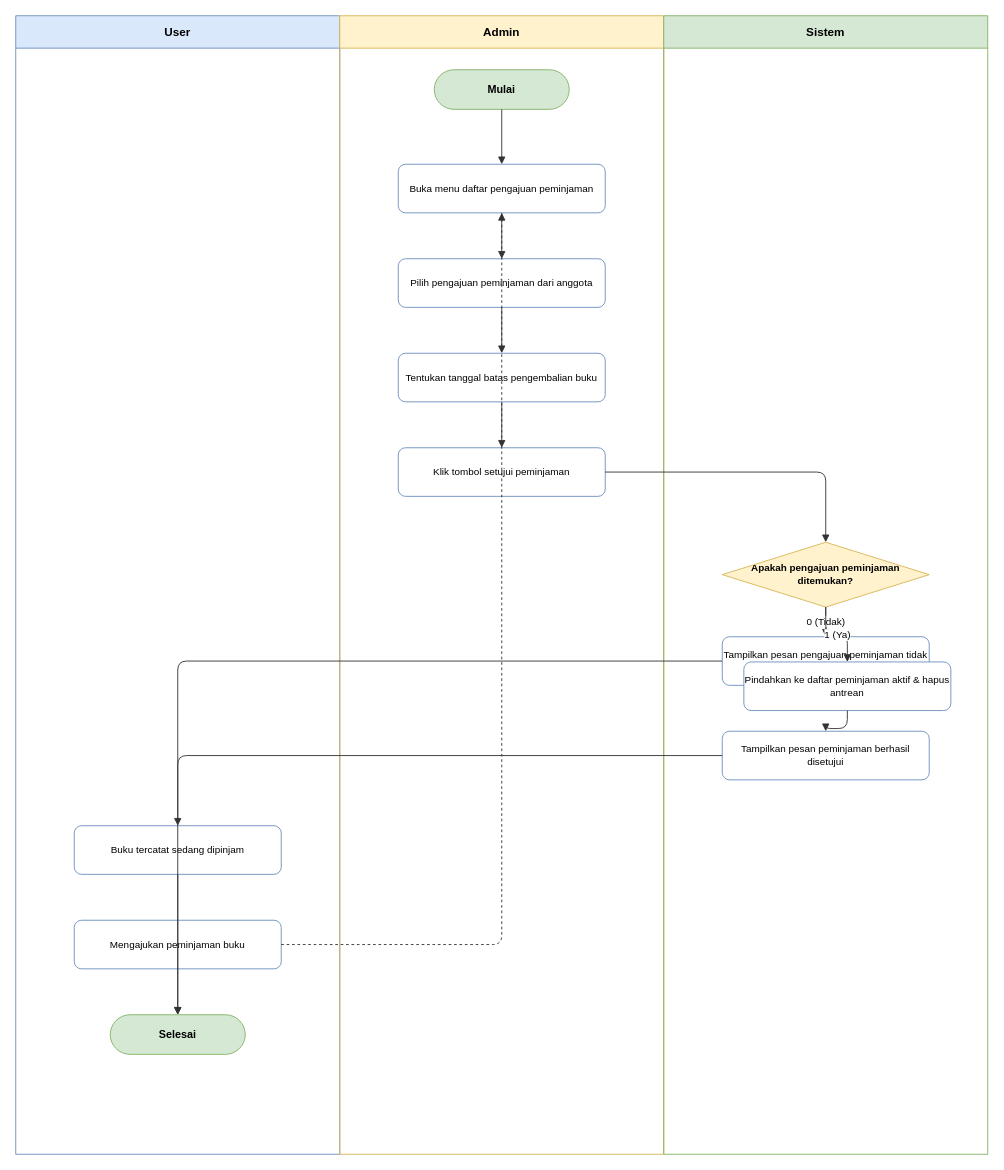
dimstyle/ruang-baca keeps this draw.io diagram as page "activity-acceptpeminjaman" (1 of 25) of docs/diagrams/activity.drawio. Above is the earlier version. Source tidied: cells renumbered, new cells numbered last; positions are measured from the earlier drawing's top-left corner, leaving out a move shared by most shapes. Both pictures are drawn from the tidied source at 90%, with x=0, y=0 at pixel (15, 15).
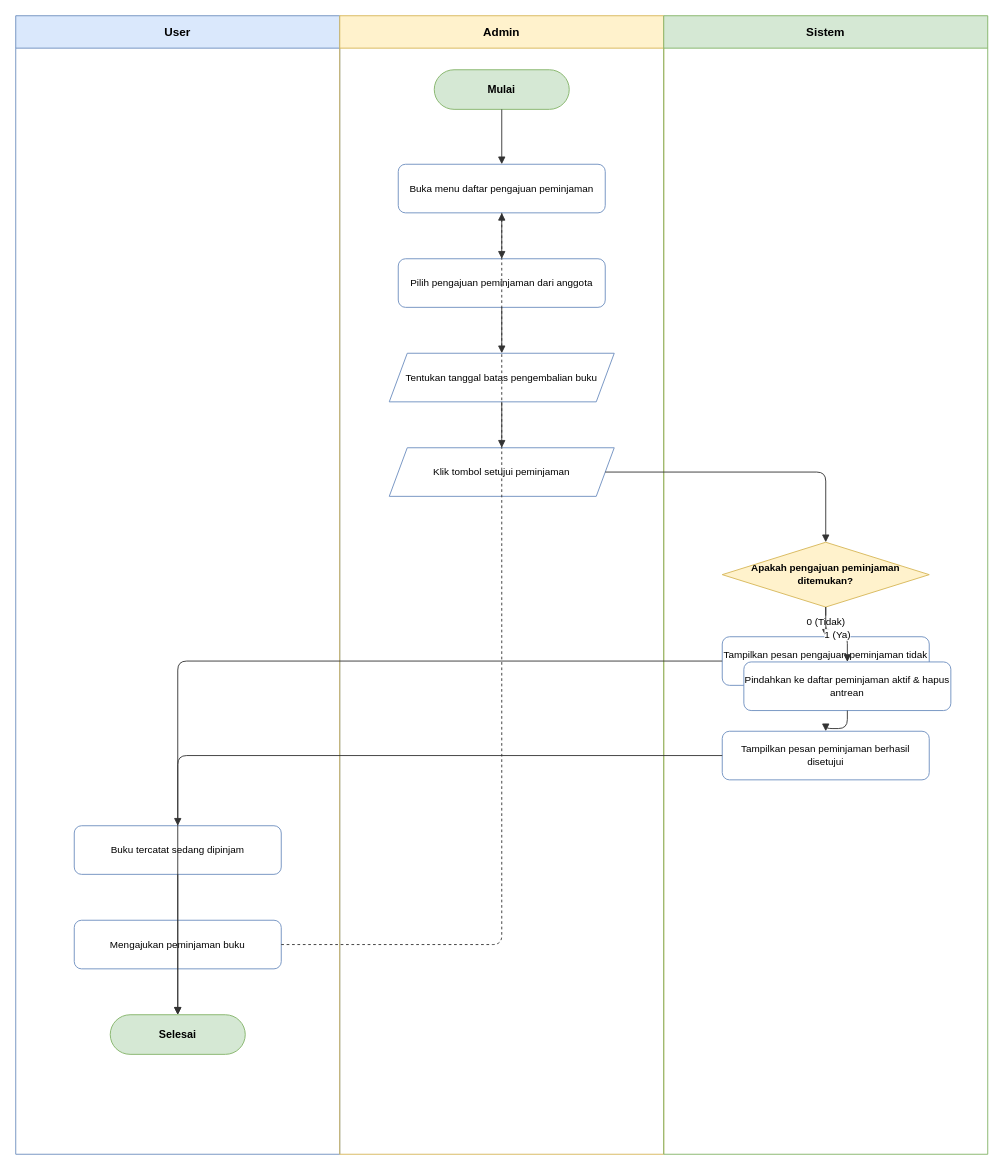
After the change.

Unchanged cells that the change refers to:
```xml
<mxCell id="3" value="Admin" style="swimlane;whiteSpace=wrap;html=1;startSize=36;fillColor=#fff2cc;strokeColor=#d6b656;fontStyle=1;fontSize=13;" parent="1" vertex="1">
  <mxGeometry x="360" width="360" height="1265" as="geometry" />
</mxCell>
```

Diff of the diagram source:
```diff
@@
-    <mxCell id="11" value="Tentukan tanggal batas pengembalian buku" style="rounded=1;whiteSpace=wrap;html=1;fillColor=#ffffff;strokeColor=#6c8ebf;fontSize=11;" parent="3" vertex="1">
-      <mxGeometry x="65" y="375" width="230" height="54" as="geometry" />
+    <mxCell id="11" value="Tentukan tanggal batas pengembalian buku" style="shape=parallelogram;perimeter=parallelogramPerimeter;whiteSpace=wrap;html=1;fixedSize=1;fillColor=#ffffff;strokeColor=#6c8ebf;fontSize=11;" parent="3" vertex="1">
+      <mxGeometry x="55" y="375" width="250" height="54" as="geometry" />
     </mxCell>
-    <mxCell id="12" value="Klik tombol setujui peminjaman" style="rounded=1;whiteSpace=wrap;html=1;fillColor=#ffffff;strokeColor=#6c8ebf;fontSize=11;" parent="3" vertex="1">
-      <mxGeometry x="65" y="480" width="230" height="54" as="geometry" />
+    <mxCell id="12" value="Klik tombol setujui peminjaman" style="shape=parallelogram;perimeter=parallelogramPerimeter;whiteSpace=wrap;html=1;fixedSize=1;fillColor=#ffffff;strokeColor=#6c8ebf;fontSize=11;" parent="3" vertex="1">
+      <mxGeometry x="55" y="480" width="250" height="54" as="geometry" />
     </mxCell>
```
